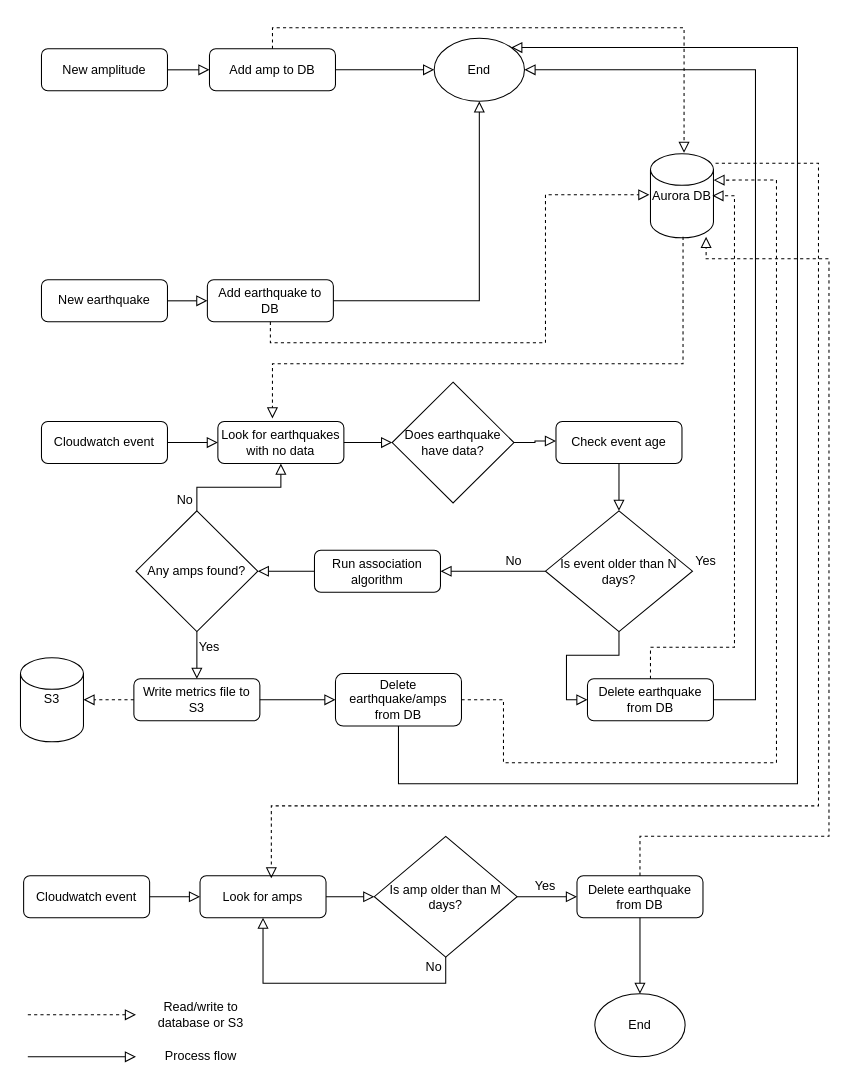
Before: amps_flowchart.drawio in mhearne-usgs/shakemap_aws_queue, a draw.io diagram. Source tidied: cells renumbered, new cells numbered last; positions are measured from the earlier drawing's top-left corner, leaving out a move shared by most shapes. Both pictures are drawn from the tidied source at 105%, with x=0, y=0 at pixel (20, 38).
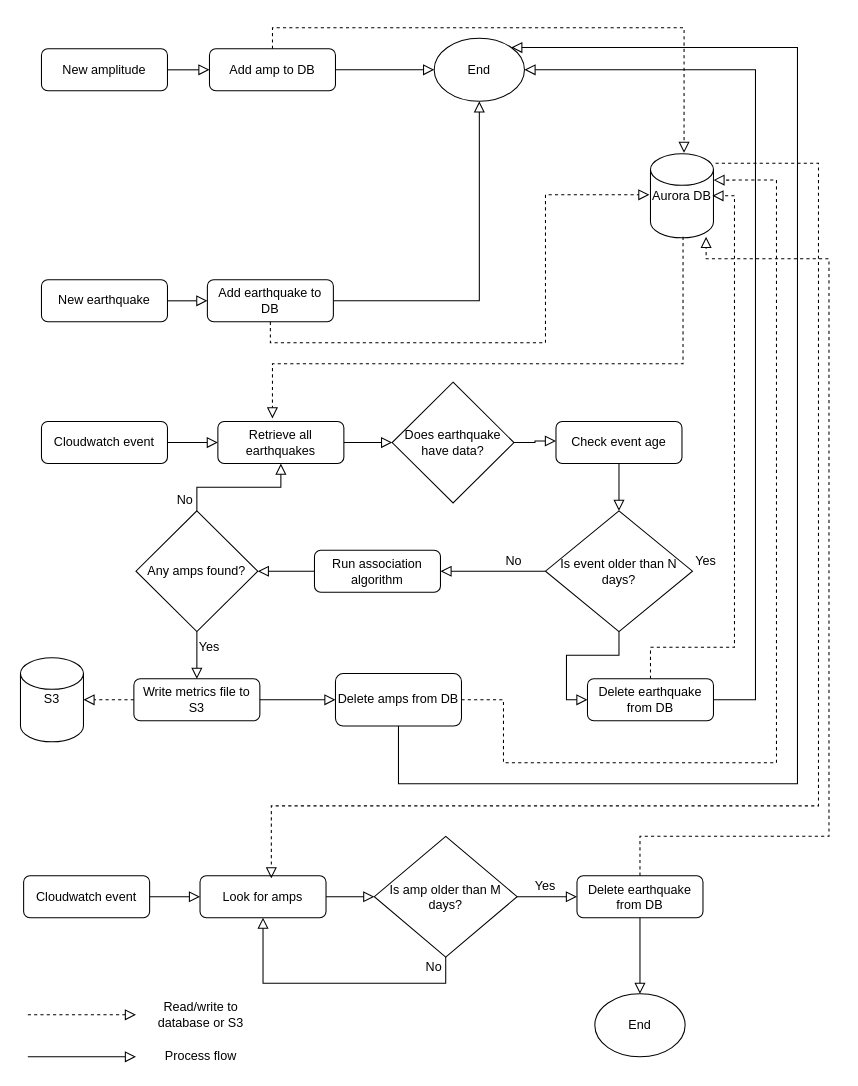
The same diagram, later.

Diff of the diagram source:
```diff
@@
-    <mxCell id="17" value="Look for earthquakes with no data" style="rounded=1;whiteSpace=wrap;html=1;fontSize=12;glass=0;strokeWidth=1;shadow=0;" parent="1" vertex="1">
+    <mxCell id="17" value="Retrieve all earthquakes" style="rounded=1;whiteSpace=wrap;html=1;fontSize=12;glass=0;strokeWidth=1;shadow=0;" parent="1" vertex="1">
       <mxGeometry x="188" y="365" width="120" height="40" as="geometry" />
     </mxCell>
@@
-    <mxCell id="42" value="Delete earthquake/amps from DB" style="rounded=1;whiteSpace=wrap;html=1;fontSize=12;glass=0;strokeWidth=1;shadow=0;" parent="1" vertex="1">
+    <mxCell id="42" value="Delete amps from DB" style="rounded=1;whiteSpace=wrap;html=1;fontSize=12;glass=0;strokeWidth=1;shadow=0;" parent="1" vertex="1">
       <mxGeometry x="300" y="605" width="120" height="50" as="geometry" />
     </mxCell>
```
